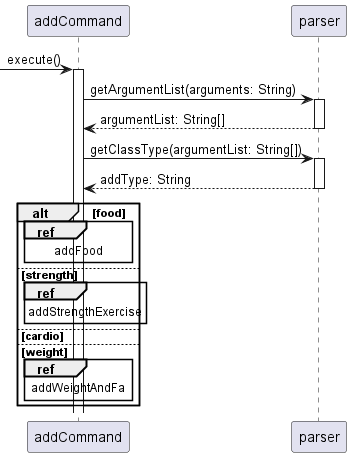
The PlantUML diagram docs/UmlDiagrams/Add.png in nus-cs2113-AY2223S1/tp, before a commit.
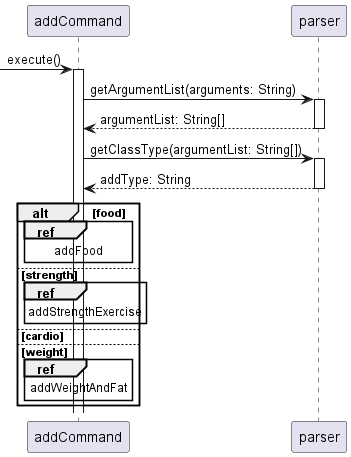
Later version of the same file.

The edit, as a diff of the source:
```diff
@@ -17,7 +17,7 @@
 else cardio
 
 else weight
-    ref over addCommand: addWeightAndFa
+    ref over addCommand: addWeightAndFat
 
 end
 
```
